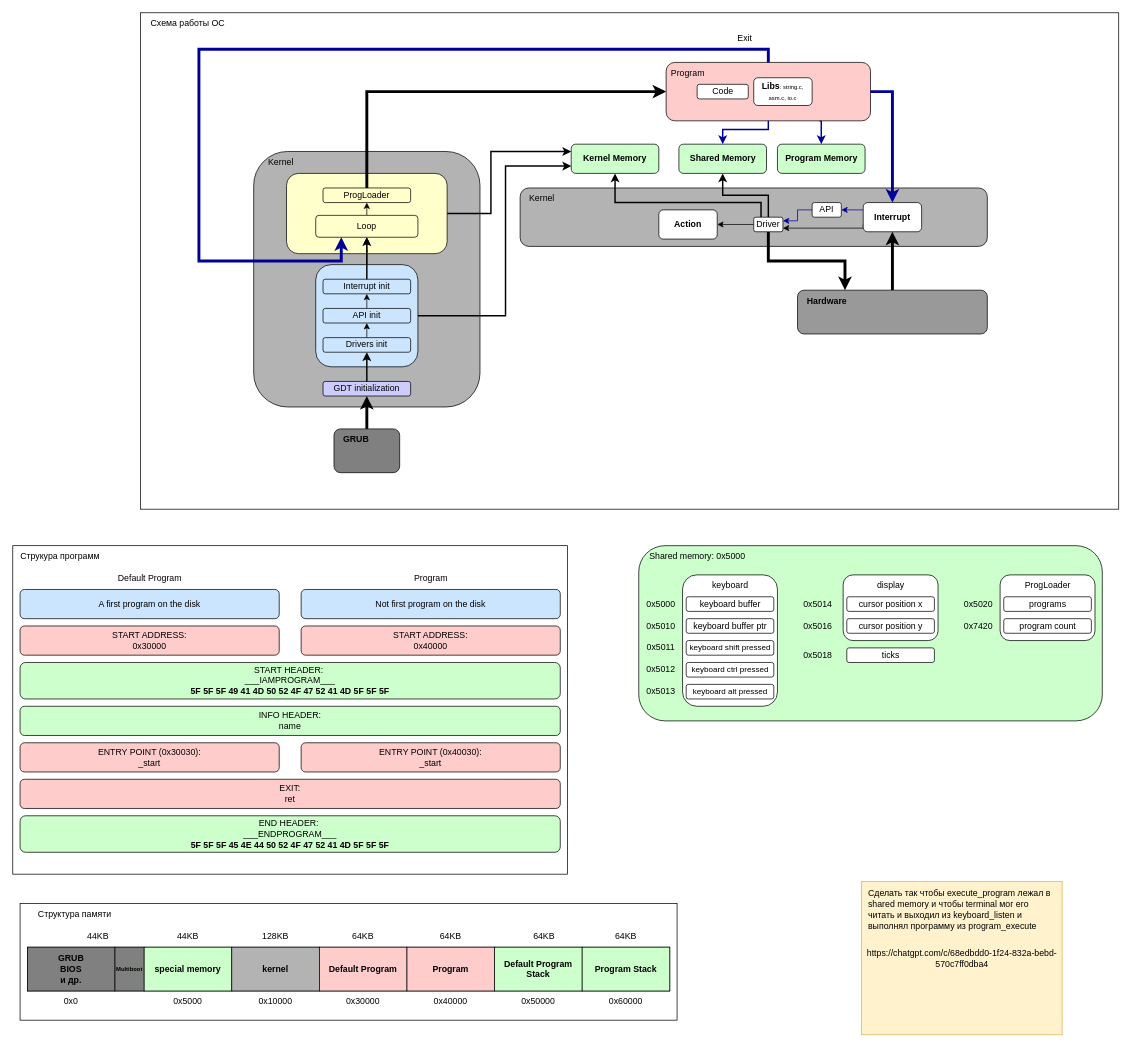
Above: docs/os_schema.drawio in igmunv/Operation-System (draw.io), before the change. Source tidied: cells renumbered, new cells numbered last; positions are measured from the earlier drawing's top-left corner, leaving out a move shared by most shapes. Both pictures are drawn from the tidied source at 73%, with x=0, y=0 at pixel (12, 12).
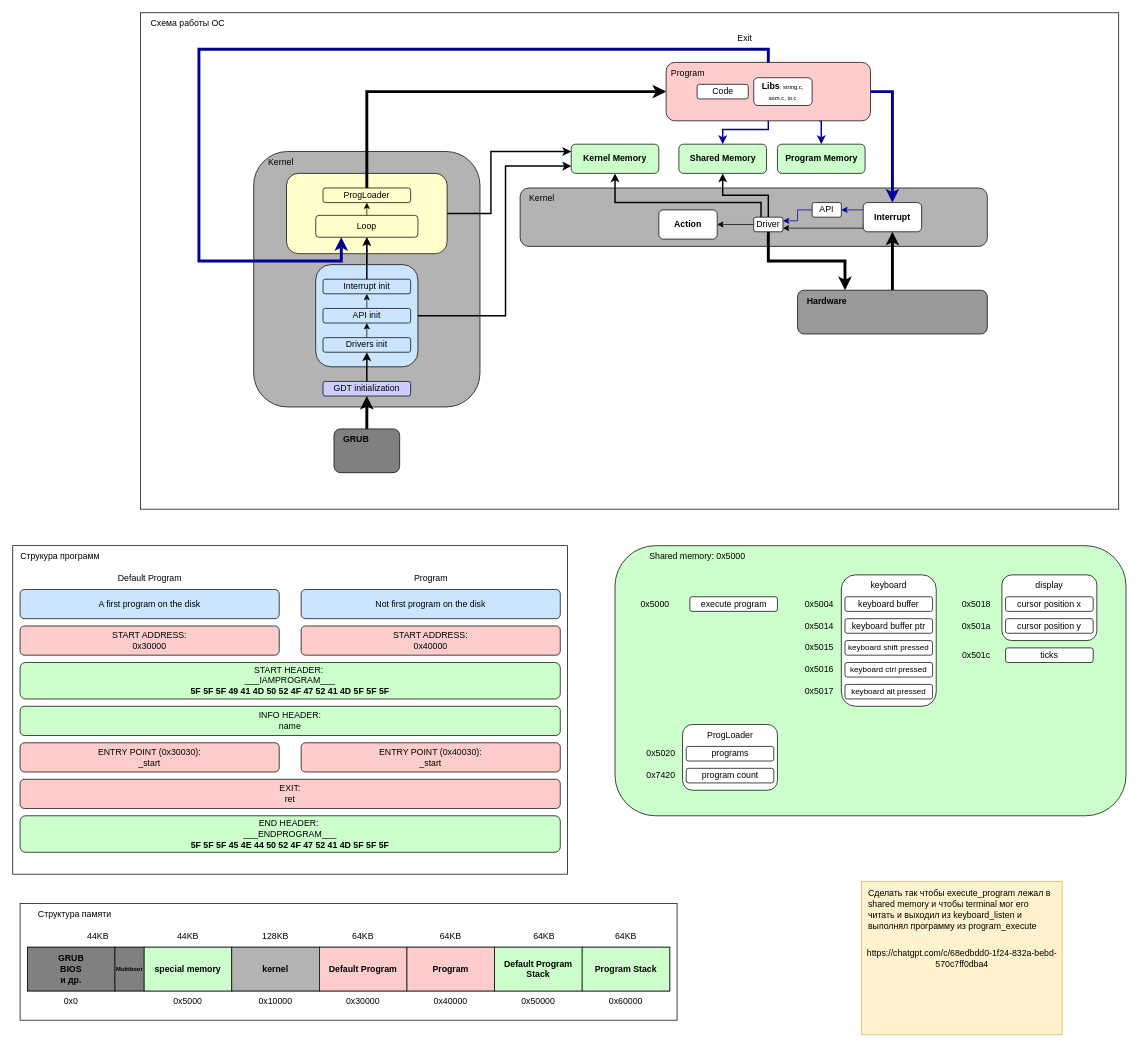
The same page after the edit.

Change to the diagram source:
```diff
@@
     <mxCell id="5" style="rounded=1;whiteSpace=wrap;html=1;fontStyle=1;align=center;fillColor=#CCFFCC;" parent="1" vertex="1">
-      <mxGeometry x="857.5" y="730" width="635" height="240" as="geometry" />
+      <mxGeometry x="825" y="730" width="700" height="370" as="geometry" />
     </mxCell>
@@
     <mxCell id="7" style="group;" parent="1" vertex="1">
-      <mxGeometry x="917.5" y="770" width="130" height="180" as="geometry" />
+      <mxGeometry x="1135" y="770" width="130" height="180" as="geometry" />
     </mxCell>
@@
     <mxCell id="15" style="group;" parent="1" vertex="1">
-      <mxGeometry x="1137.5" y="770" width="130" height="120" as="geometry" />
+      <mxGeometry x="1355" y="770" width="130" height="120" as="geometry" />
     </mxCell>
@@
-    <mxCell id="20" value="0x5000" style="text;html=1;align=center;verticalAlign=middle;whiteSpace=wrap;rounded=0;" parent="1" vertex="1">
-      <mxGeometry x="857.5" y="800" width="60" height="20" as="geometry" />
+    <mxCell id="20" value="0x5004" style="text;html=1;align=center;verticalAlign=middle;whiteSpace=wrap;rounded=0;" parent="1" vertex="1">
+      <mxGeometry x="1075" y="800" width="60" height="20" as="geometry" />
     </mxCell>
-    <mxCell id="21" value="0x5010" style="text;html=1;align=center;verticalAlign=middle;whiteSpace=wrap;rounded=0;" parent="1" vertex="1">
-      <mxGeometry x="857.5" y="830" width="60" height="20" as="geometry" />
+    <mxCell id="21" value="0x5014" style="text;html=1;align=center;verticalAlign=middle;whiteSpace=wrap;rounded=0;" parent="1" vertex="1">
+      <mxGeometry x="1075" y="830" width="60" height="20" as="geometry" />
     </mxCell>
-    <mxCell id="22" value="0x5011" style="text;html=1;align=center;verticalAlign=middle;whiteSpace=wrap;rounded=0;" parent="1" vertex="1">
-      <mxGeometry x="857.5" y="860" width="60" height="20" as="geometry" />
+    <mxCell id="22" value="0x5015" style="text;html=1;align=center;verticalAlign=middle;whiteSpace=wrap;rounded=0;" parent="1" vertex="1">
+      <mxGeometry x="1075" y="860" width="60" height="20" as="geometry" />
     </mxCell>
-    <mxCell id="23" value="0x5012" style="text;html=1;align=center;verticalAlign=middle;whiteSpace=wrap;rounded=0;" parent="1" vertex="1">
-      <mxGeometry x="857.5" y="890" width="60" height="20" as="geometry" />
+    <mxCell id="23" value="0x5016" style="text;html=1;align=center;verticalAlign=middle;whiteSpace=wrap;rounded=0;" parent="1" vertex="1">
+      <mxGeometry x="1075" y="890" width="60" height="20" as="geometry" />
     </mxCell>
-    <mxCell id="24" value="0x5013" style="text;html=1;align=center;verticalAlign=middle;whiteSpace=wrap;rounded=0;" parent="1" vertex="1">
-      <mxGeometry x="857.5" y="920" width="60" height="20" as="geometry" />
+    <mxCell id="24" value="0x5017" style="text;html=1;align=center;verticalAlign=middle;whiteSpace=wrap;rounded=0;" parent="1" vertex="1">
+      <mxGeometry x="1075" y="920" width="60" height="20" as="geometry" />
     </mxCell>
-    <mxCell id="25" value="0x5014" style="text;html=1;align=center;verticalAlign=middle;whiteSpace=wrap;rounded=0;" parent="1" vertex="1">
-      <mxGeometry x="1072.5" y="800" width="60" height="20" as="geometry" />
+    <mxCell id="25" value="0x5018" style="text;html=1;align=center;verticalAlign=middle;whiteSpace=wrap;rounded=0;" parent="1" vertex="1">
+      <mxGeometry x="1290" y="800" width="60" height="20" as="geometry" />
     </mxCell>
-    <mxCell id="26" value="0x5016" style="text;html=1;align=center;verticalAlign=middle;whiteSpace=wrap;rounded=0;" parent="1" vertex="1">
-      <mxGeometry x="1072.5" y="830" width="60" height="20" as="geometry" />
+    <mxCell id="26" value="0x501a" style="text;html=1;align=center;verticalAlign=middle;whiteSpace=wrap;rounded=0;" parent="1" vertex="1">
+      <mxGeometry x="1290" y="830" width="60" height="20" as="geometry" />
     </mxCell>
     <mxCell id="27" value="ticks" style="rounded=1;whiteSpace=wrap;html=1;" parent="1" vertex="1">
-      <mxGeometry x="1142.5" y="870" width="120" height="20" as="geometry" />
+      <mxGeometry x="1360" y="870" width="120" height="20" as="geometry" />
     </mxCell>
-    <mxCell id="28" value="0x5018" style="text;html=1;align=center;verticalAlign=middle;whiteSpace=wrap;rounded=0;" parent="1" vertex="1">
-      <mxGeometry x="1072.5" y="870" width="60" height="20" as="geometry" />
+    <mxCell id="28" value="0x501c" style="text;html=1;align=center;verticalAlign=middle;whiteSpace=wrap;rounded=0;" parent="1" vertex="1">
+      <mxGeometry x="1290" y="870" width="60" height="20" as="geometry" />
     </mxCell>
@@
-    <mxCell id="35" style="group;" parent="1" vertex="1">
-      <mxGeometry x="1352.5" y="770" width="130" height="120" as="geometry" />
-    </mxCell>
-    <mxCell id="36" style="rounded=1;whiteSpace=wrap;html=1;" parent="35" vertex="1">
-      <mxGeometry width="130" height="90" as="geometry" />
-    </mxCell>
-    <mxCell id="37" value="programs" style="rounded=1;whiteSpace=wrap;html=1;" parent="35" vertex="1">
-      <mxGeometry x="5" y="30" width="120" height="20" as="geometry" />
-    </mxCell>
-    <mxCell id="38" value="program count" style="rounded=1;whiteSpace=wrap;html=1;" parent="35" vertex="1">
-      <mxGeometry x="5" y="60" width="120" height="20" as="geometry" />
-    </mxCell>
-    <mxCell id="39" value="ProgLoader" style="text;html=1;align=center;verticalAlign=middle;whiteSpace=wrap;rounded=0;" parent="35" vertex="1">
-      <mxGeometry x="5" width="120" height="30" as="geometry" />
-    </mxCell>
-    <mxCell id="40" value="0x5020" style="text;html=1;align=center;verticalAlign=middle;whiteSpace=wrap;rounded=0;" parent="1" vertex="1">
-      <mxGeometry x="1292.5" y="800" width="60" height="20" as="geometry" />
-    </mxCell>
-    <mxCell id="41" value="0x7420" style="text;html=1;align=center;verticalAlign=middle;whiteSpace=wrap;rounded=0;" parent="1" vertex="1">
-      <mxGeometry x="1292.5" y="830" width="60" height="20" as="geometry" />
-    </mxCell>
@@
+    <mxCell id="131" value="execute program" style="rounded=1;whiteSpace=wrap;html=1;" parent="1" vertex="1">
+      <mxGeometry x="927.5" y="800" width="120" height="20" as="geometry" />
+    </mxCell>
+    <mxCell id="132" value="0x5000" style="text;html=1;align=center;verticalAlign=middle;whiteSpace=wrap;rounded=0;" parent="1" vertex="1">
+      <mxGeometry x="850" y="800" width="60" height="20" as="geometry" />
+    </mxCell>
+    <mxCell id="36" style="rounded=1;whiteSpace=wrap;html=1;" parent="1" vertex="1">
+      <mxGeometry x="917.5" y="975" width="130" height="90" as="geometry" />
+    </mxCell>
+    <mxCell id="37" value="programs" style="rounded=1;whiteSpace=wrap;html=1;" parent="1" vertex="1">
+      <mxGeometry x="922.5" y="1005" width="120" height="20" as="geometry" />
+    </mxCell>
+    <mxCell id="38" value="program count" style="rounded=1;whiteSpace=wrap;html=1;" parent="1" vertex="1">
+      <mxGeometry x="922.5" y="1035" width="120" height="20" as="geometry" />
+    </mxCell>
+    <mxCell id="39" value="ProgLoader" style="text;html=1;align=center;verticalAlign=middle;whiteSpace=wrap;rounded=0;" parent="1" vertex="1">
+      <mxGeometry x="922.5" y="975" width="120" height="30" as="geometry" />
+    </mxCell>
+    <mxCell id="40" value="0x5020" style="text;html=1;align=center;verticalAlign=middle;whiteSpace=wrap;rounded=0;" parent="1" vertex="1">
+      <mxGeometry x="857.5" y="1005" width="60" height="20" as="geometry" />
+    </mxCell>
+    <mxCell id="41" value="0x7420" style="text;html=1;align=center;verticalAlign=middle;whiteSpace=wrap;rounded=0;" parent="1" vertex="1">
+      <mxGeometry x="857.5" y="1035" width="60" height="20" as="geometry" />
+    </mxCell>
```
